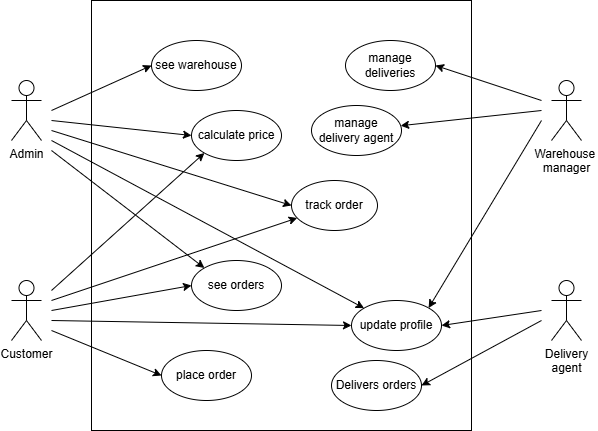
This is Documents/usecase_courier.png from khushichaudhari02/dac-project, a draw.io export, as it was before one commit. Source tidied: cells renumbered, new cells last; positions are measured from the earlier drawing's top-left corner, leaving out a move shared by most shapes.
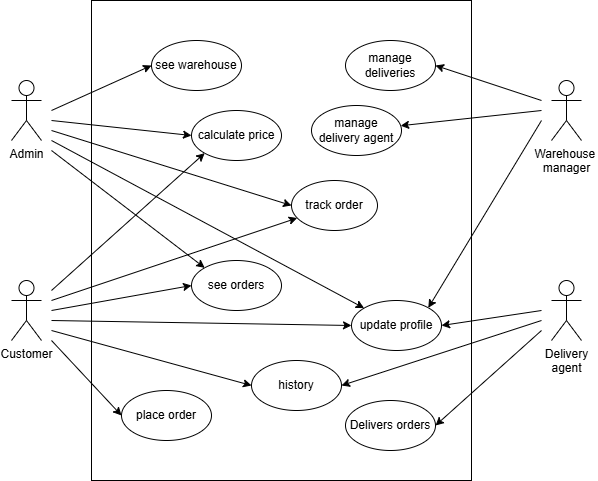
After the change.

The edit, as a diff of the source:
```diff
@@ -3,7 +3,7 @@
     <mxCell id="0" />
     <mxCell id="1" parent="0" />
     <mxCell id="2" style="rounded=0;whiteSpace=wrap;html=1;" parent="1" vertex="1">
-      <mxGeometry x="80" width="380" height="430" as="geometry" />
+      <mxGeometry x="80" width="380" height="480" as="geometry" />
     </mxCell>
     <mxCell id="3" value="Delivery&lt;div&gt;agent&lt;/div&gt;" style="shape=umlActor;verticalLabelPosition=bottom;verticalAlign=top;html=1;" parent="1" vertex="1">
       <mxGeometry x="540" y="280" width="30" height="60" as="geometry" />
@@ -39,10 +39,10 @@
       <mxGeometry x="300" y="105" width="90" height="50" as="geometry" />
     </mxCell>
     <mxCell id="14" value="place order" style="ellipse;whiteSpace=wrap;html=1;" parent="1" vertex="1">
-      <mxGeometry x="150" y="350" width="90" height="50" as="geometry" />
+      <mxGeometry x="110" y="390" width="90" height="50" as="geometry" />
     </mxCell>
     <mxCell id="15" value="Delivers orders" style="ellipse;whiteSpace=wrap;html=1;" parent="1" vertex="1">
-      <mxGeometry x="320" y="360" width="90" height="50" as="geometry" />
+      <mxGeometry x="334" y="400" width="90" height="50" as="geometry" />
     </mxCell>
     <mxCell id="16" style="endArrow=classic;html=1;rounded=0;entryX=0;entryY=0.5;entryDx=0;entryDy=0;" parent="1" edge="1" target="8">
       <mxGeometry relative="1" as="geometry">
@@ -86,7 +86,7 @@
     </mxCell>
     <mxCell id="24" style="endArrow=classic;html=1;rounded=0;entryX=1;entryY=0.5;entryDx=0;entryDy=0;" parent="1" edge="1" target="15">
       <mxGeometry relative="1" as="geometry">
-        <mxPoint x="530" y="320" as="sourcePoint" />
+        <mxPoint x="530" y="330" as="sourcePoint" />
       </mxGeometry>
     </mxCell>
     <mxCell id="25" style="endArrow=classic;html=1;rounded=0;entryX=0;entryY=0.5;entryDx=0;entryDy=0;" parent="1" edge="1" target="7">
@@ -111,7 +111,7 @@
     </mxCell>
     <mxCell id="29" style="endArrow=classic;html=1;rounded=0;entryX=0;entryY=0.5;entryDx=0;entryDy=0;" parent="1" edge="1" target="14">
       <mxGeometry relative="1" as="geometry">
-        <mxPoint x="40" y="330" as="sourcePoint" />
+        <mxPoint x="40" y="340" as="sourcePoint" />
       </mxGeometry>
     </mxCell>
     <mxCell id="30" style="endArrow=classic;html=1;rounded=0;" parent="1" edge="1" target="11">
@@ -119,5 +119,18 @@
         <mxPoint x="40" y="300" as="sourcePoint" />
       </mxGeometry>
     </mxCell>
+    <mxCell id="31" value="history" style="ellipse;whiteSpace=wrap;html=1;" parent="1" vertex="1">
+      <mxGeometry x="240" y="360" width="90" height="50" as="geometry" />
+    </mxCell>
+    <mxCell id="32" style="endArrow=classic;html=1;rounded=0;entryX=0;entryY=0.5;entryDx=0;entryDy=0;" parent="1" edge="1" target="31">
+      <mxGeometry relative="1" as="geometry">
+        <mxPoint x="40" y="330" as="sourcePoint" />
+      </mxGeometry>
+    </mxCell>
+    <mxCell id="33" style="endArrow=classic;html=1;rounded=0;entryX=1;entryY=0.5;entryDx=0;entryDy=0;" parent="1" edge="1" target="31">
+      <mxGeometry relative="1" as="geometry">
+        <mxPoint x="530" y="320" as="sourcePoint" />
+      </mxGeometry>
+    </mxCell>
   </root>
 </mxGraphModel>
```
